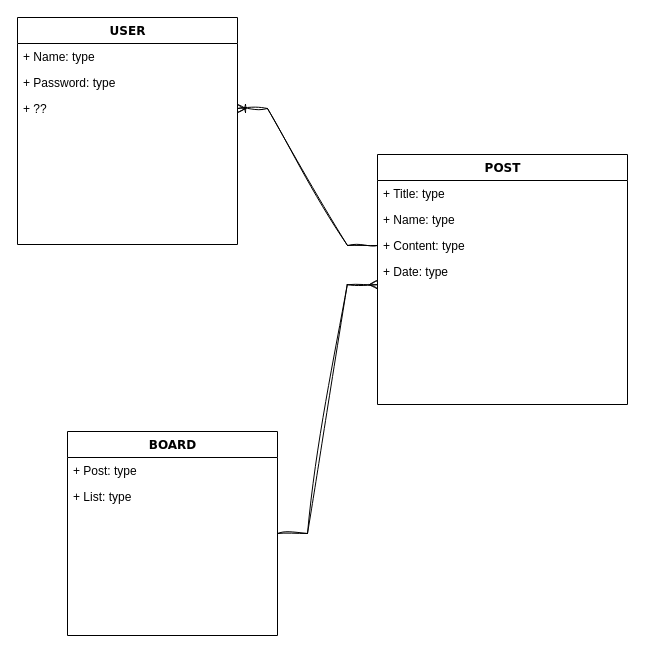
This is 제목 없는 다이어그램.drawio from hyeon9won/sparta, a draw.io file, before an edit. Source tidied: cells renumbered, new cells numbered last; positions are measured from the earlier drawing's top-left corner, leaving out a move shared by most shapes. Both pictures are drawn from the tidied source at 100%, with x=0, y=0 at pixel (17, 17).
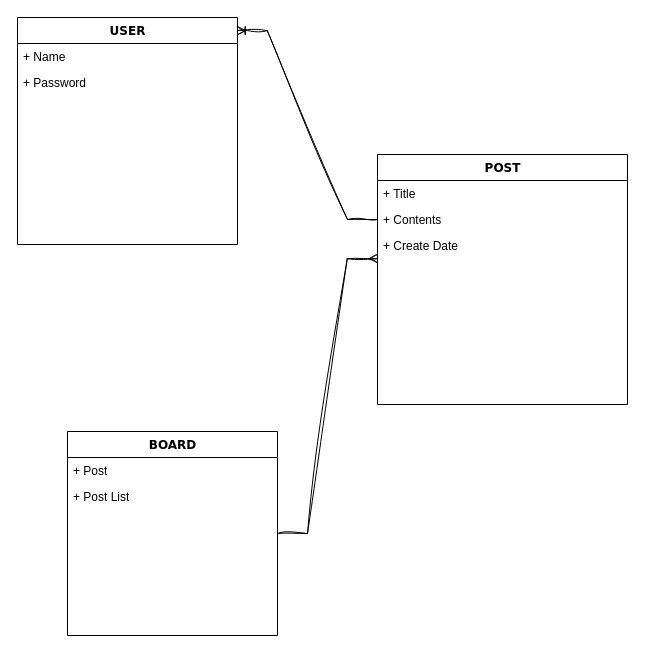
After the change.

Commit message (it also covers changes not shown here):
제목 없는 다이어그램.drawio 업데이트

Change to the diagram source:
```diff
@@
 <mxGraphModel>
   <root>
     <mxCell id="0" />
     <mxCell id="1" parent="0" />
     <mxCell id="2" value="USER" style="swimlane;html=1;fontStyle=1;align=center;verticalAlign=top;horizontal=1;startSize=26;swimlaneFillColor=#ffffff;rounded=0;shadow=0;comic=0;labelBackgroundColor=none;strokeWidth=1;fillColor=none;fontFamily=Verdana;fontSize=12;" parent="1" vertex="1">
       <mxGeometry width="220" height="227" as="geometry" />
     </mxCell>
-    <mxCell id="3" value="+ Name: type" style="text;html=1;strokeColor=none;fillColor=none;align=left;verticalAlign=top;spacingLeft=4;spacingRight=4;whiteSpace=wrap;overflow=hidden;" parent="2" vertex="1">
+    <mxCell id="3" value="+ Name" style="text;html=1;strokeColor=none;fillColor=none;align=left;verticalAlign=top;spacingLeft=4;spacingRight=4;whiteSpace=wrap;overflow=hidden;" parent="2" vertex="1">
       <mxGeometry y="26" width="220" height="26" as="geometry" />
     </mxCell>
-    <mxCell id="4" value="+ Password: type" style="text;html=1;strokeColor=none;fillColor=none;align=left;verticalAlign=top;spacingLeft=4;spacingRight=4;whiteSpace=wrap;overflow=hidden;" parent="2" vertex="1">
+    <mxCell id="4" value="+ Password" style="text;html=1;strokeColor=none;fillColor=none;align=left;verticalAlign=top;spacingLeft=4;spacingRight=4;whiteSpace=wrap;overflow=hidden;" parent="2" vertex="1">
       <mxGeometry y="52" width="220" height="26" as="geometry" />
     </mxCell>
-    <mxCell id="5" value="+ ??" style="text;html=1;strokeColor=none;fillColor=none;align=left;verticalAlign=top;spacingLeft=4;spacingRight=4;whiteSpace=wrap;overflow=hidden;points=[[0,0.5],[1,0.5]];portConstraint=eastwest;" parent="2" vertex="1">
-      <mxGeometry y="78" width="220" height="26" as="geometry" />
-    </mxCell>
     <mxCell id="6" value="POST" style="swimlane;html=1;fontStyle=1;align=center;verticalAlign=top;horizontal=1;startSize=26;swimlaneFillColor=#ffffff;rounded=0;shadow=0;comic=0;labelBackgroundColor=none;strokeWidth=1;fillColor=none;fontFamily=Verdana;fontSize=12;" parent="1" vertex="1">
       <mxGeometry x="360" y="137" width="250" height="250" as="geometry" />
     </mxCell>
-    <mxCell id="7" value="+ Title: type" style="text;html=1;strokeColor=none;fillColor=none;align=left;verticalAlign=top;spacingLeft=4;spacingRight=4;whiteSpace=wrap;overflow=hidden;" parent="6" vertex="1">
+    <mxCell id="7" value="+ Title" style="text;html=1;strokeColor=none;fillColor=none;align=left;verticalAlign=top;spacingLeft=4;spacingRight=4;whiteSpace=wrap;overflow=hidden;" parent="6" vertex="1">
       <mxGeometry y="26" width="250" height="26" as="geometry" />
     </mxCell>
-    <mxCell id="8" value="+ Name: type" style="text;html=1;strokeColor=none;fillColor=none;align=left;verticalAlign=top;spacingLeft=4;spacingRight=4;whiteSpace=wrap;overflow=hidden;" parent="6" vertex="1">
-      <mxGeometry y="52" width="250" height="26" as="geometry" />
-    </mxCell>
-    <mxCell id="9" value="+ Content: type" style="text;html=1;strokeColor=none;fillColor=none;align=left;verticalAlign=top;spacingLeft=4;spacingRight=4;whiteSpace=wrap;overflow=hidden;points=[[0,0.5],[1,0.5]];portConstraint=eastwest;" parent="6" vertex="1">
-      <mxGeometry y="78" width="250" height="26" as="geometry" />
+    <mxCell id="9" value="+ Contents" style="text;html=1;strokeColor=none;fillColor=none;align=left;verticalAlign=top;spacingLeft=4;spacingRight=4;whiteSpace=wrap;overflow=hidden;points=[[0,0.5],[1,0.5]];portConstraint=eastwest;" parent="6" vertex="1">
+      <mxGeometry y="52" width="250" height="26" as="geometry" />
     </mxCell>
-    <mxCell id="10" value="+ Date: type" style="text;html=1;strokeColor=none;fillColor=none;align=left;verticalAlign=top;spacingLeft=4;spacingRight=4;whiteSpace=wrap;overflow=hidden;points=[[0,0.5],[1,0.5]];portConstraint=eastwest;" parent="6" vertex="1">
-      <mxGeometry y="104" width="250" height="26" as="geometry" />
+    <mxCell id="10" value="+ Create Date" style="text;html=1;strokeColor=none;fillColor=none;align=left;verticalAlign=top;spacingLeft=4;spacingRight=4;whiteSpace=wrap;overflow=hidden;points=[[0,0.5],[1,0.5]];portConstraint=eastwest;" parent="6" vertex="1">
+      <mxGeometry y="78" width="250" height="26" as="geometry" />
     </mxCell>
     <mxCell id="11" value="BOARD" style="swimlane;html=1;fontStyle=1;align=center;verticalAlign=top;horizontal=1;startSize=26;swimlaneFillColor=#ffffff;rounded=0;shadow=0;comic=0;labelBackgroundColor=none;strokeWidth=1;fillColor=none;fontFamily=Verdana;fontSize=12;" parent="1" vertex="1">
       <mxGeometry x="50" y="414" width="210" height="204" as="geometry" />
     </mxCell>
-    <mxCell id="12" value="+ Post: type" style="text;html=1;strokeColor=none;fillColor=none;align=left;verticalAlign=top;spacingLeft=4;spacingRight=4;whiteSpace=wrap;overflow=hidden;" parent="11" vertex="1">
+    <mxCell id="12" value="+ Post" style="text;html=1;strokeColor=none;fillColor=none;align=left;verticalAlign=top;spacingLeft=4;spacingRight=4;whiteSpace=wrap;overflow=hidden;" parent="11" vertex="1">
       <mxGeometry y="26" width="210" height="26" as="geometry" />
     </mxCell>
-    <mxCell id="13" value="+ List: type" style="text;html=1;strokeColor=none;fillColor=none;align=left;verticalAlign=top;spacingLeft=4;spacingRight=4;whiteSpace=wrap;overflow=hidden;" parent="11" vertex="1">
+    <mxCell id="13" value="+ Post List" style="text;html=1;strokeColor=none;fillColor=none;align=left;verticalAlign=top;spacingLeft=4;spacingRight=4;whiteSpace=wrap;overflow=hidden;" parent="11" vertex="1">
       <mxGeometry y="52" width="210" height="26" as="geometry" />
     </mxCell>
     <mxCell id="14" style="edgeStyle=entityRelationEdgeStyle;fontSize=12;html=1;endArrow=ERmany;rounded=0;sketch=1;hachureGap=4;jiggle=2;curveFitting=1;fontFamily=Architects Daughter;exitX=1;exitY=0.5;exitDx=0;exitDy=0;entryX=-0.001;entryY=1.007;entryDx=0;entryDy=0;entryPerimeter=0;" parent="1" edge="1" source="11" target="10">
       <mxGeometry relative="1" as="geometry" />
     </mxCell>
-    <mxCell id="15" style="edgeStyle=entityRelationEdgeStyle;fontSize=12;html=1;endArrow=ERoneToMany;rounded=0;sketch=1;hachureGap=4;jiggle=2;curveFitting=1;fontFamily=Architects Daughter;exitX=0;exitY=0.5;exitDx=0;exitDy=0;" parent="1" edge="1" source="9" target="5">
+    <mxCell id="15" style="edgeStyle=entityRelationEdgeStyle;fontSize=12;html=1;endArrow=ERoneToMany;rounded=0;sketch=1;hachureGap=4;jiggle=2;curveFitting=1;fontFamily=Architects Daughter;exitX=0;exitY=0.5;exitDx=0;exitDy=0;entryX=0.999;entryY=0.058;entryDx=0;entryDy=0;entryPerimeter=0;" parent="1" edge="1" source="9" target="2">
       <mxGeometry relative="1" as="geometry" />
     </mxCell>
   </root>
 </mxGraphModel>
```
